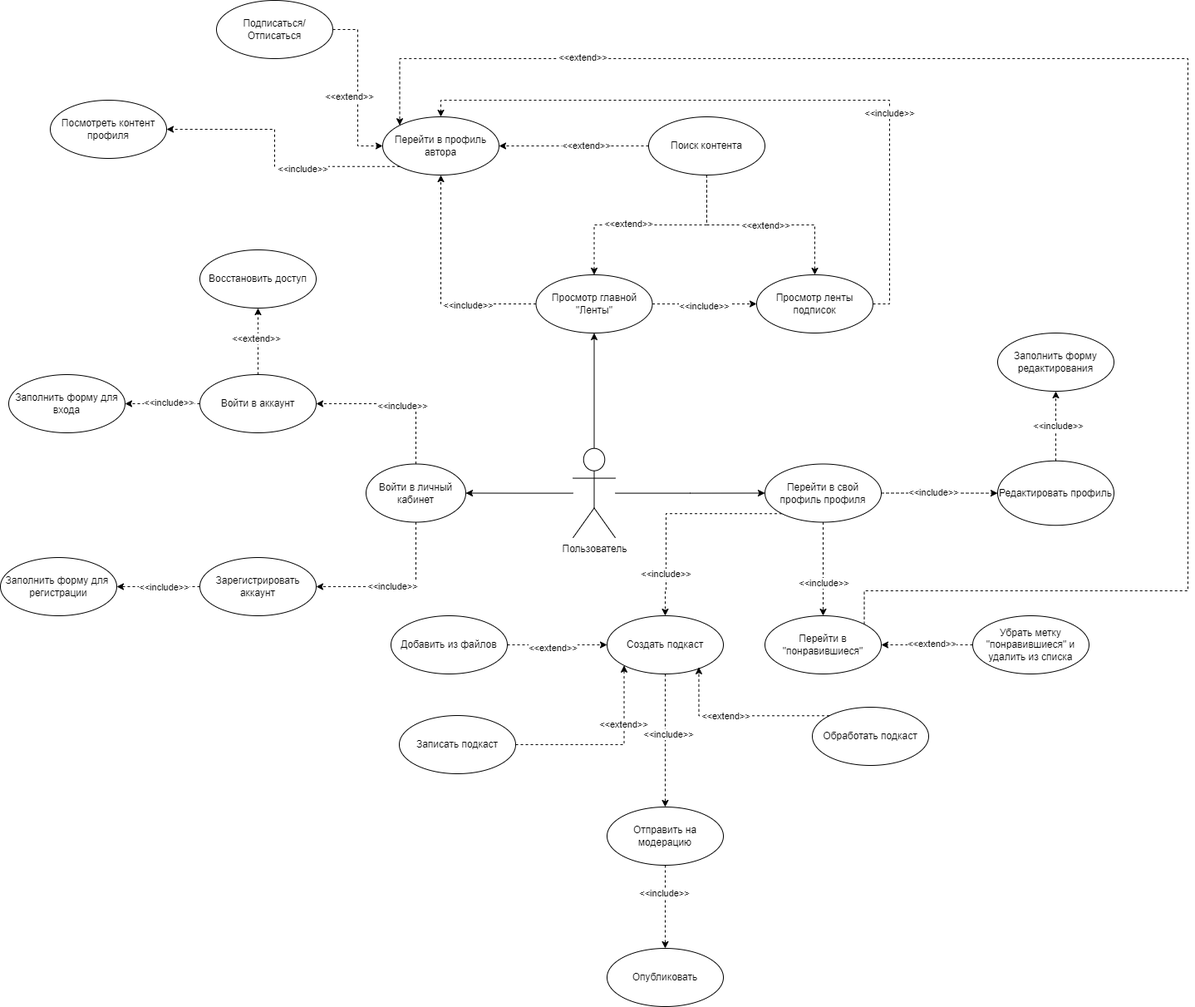
Above: diagrams/usecase_user.png in SazonovAlexander/9.1-TikTalk (draw.io), before the change. Source tidied: cells renumbered, new cells last; positions are measured from the earlier drawing's top-left corner, leaving out a move shared by most shapes.
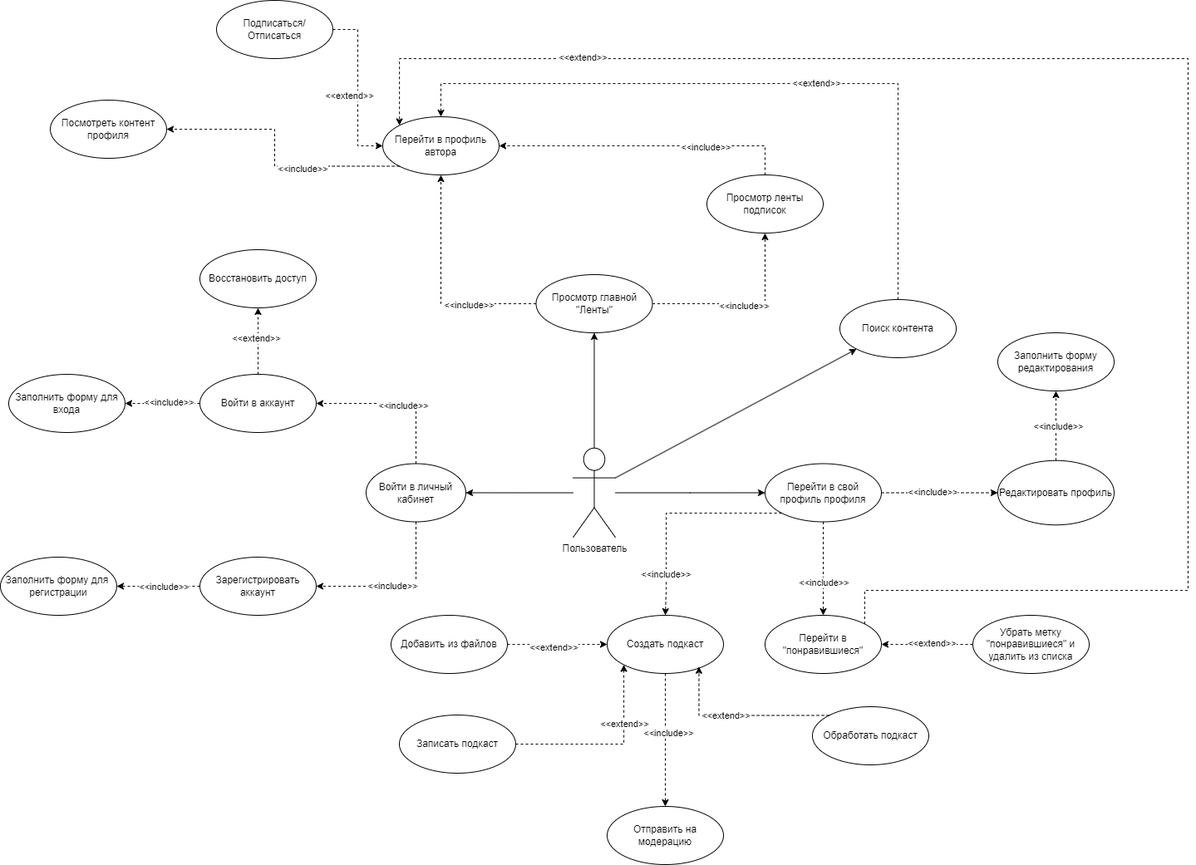
After the change.

Change to the diagram source:
```diff
@@ -104,30 +104,21 @@
       <mxGeometry x="920" y="557.5" width="140" height="70" as="geometry" />
     </mxCell>
     <mxCell id="33" value="Просмотр ленты подписок" style="ellipse;whiteSpace=wrap;html=1;" parent="1" vertex="1">
-      <mxGeometry x="910" y="330" width="140" height="70" as="geometry" />
+      <mxGeometry x="850" y="210" width="140" height="70" as="geometry" />
     </mxCell>
-    <mxCell id="34" style="edgeStyle=orthogonalEdgeStyle;rounded=0;jettySize=auto;html=1;entryX=0.5;entryY=0;entryDx=0;entryDy=0;dashed=1;" parent="1" edge="1" source="40" target="26">
-      <mxGeometry relative="1" as="geometry" />
-    </mxCell>
-    <mxCell id="35" value="&amp;lt;&amp;lt;extend&amp;gt;&amp;gt;" style="edgeLabel;html=1;align=center;verticalAlign=middle;" parent="34" vertex="1">
-      <mxGeometry x="0.21" y="-2" relative="1" as="geometry" />
-    </mxCell>
-    <mxCell id="36" style="edgeStyle=orthogonalEdgeStyle;rounded=0;jettySize=auto;html=1;entryX=0.5;entryY=0;entryDx=0;entryDy=0;dashed=1;" parent="1" edge="1" source="40" target="33">
-      <mxGeometry relative="1" as="geometry" />
-    </mxCell>
-    <mxCell id="37" value="&amp;lt;&amp;lt;extend&amp;gt;&amp;gt;" style="edgeLabel;html=1;align=center;verticalAlign=middle;" parent="36" vertex="1">
-      <mxGeometry x="0.04" y="-2" relative="1" as="geometry">
-        <mxPoint y="-2" as="offset" />
-      </mxGeometry>
-    </mxCell>
-    <mxCell id="38" style="edgeStyle=orthogonalEdgeStyle;rounded=0;jettySize=auto;html=1;entryX=1;entryY=0.5;entryDx=0;entryDy=0;dashed=1;" parent="1" edge="1" source="40" target="43">
-      <mxGeometry relative="1" as="geometry" />
+    <mxCell id="38" style="edgeStyle=orthogonalEdgeStyle;rounded=0;jettySize=auto;html=1;entryX=0.5;entryY=0;entryDx=0;entryDy=0;dashed=1;" parent="1" edge="1" source="40" target="43">
+      <mxGeometry relative="1" as="geometry">
+        <Array as="points">
+          <mxPoint x="1080" y="100" />
+          <mxPoint x="530" y="100" />
+        </Array>
+      </mxGeometry>
     </mxCell>
     <mxCell id="39" value="&amp;lt;&amp;lt;extend&amp;gt;&amp;gt;" style="edgeLabel;html=1;align=center;verticalAlign=middle;" parent="38" vertex="1">
       <mxGeometry x="-0.16" y="-1" relative="1" as="geometry" />
     </mxCell>
     <mxCell id="40" value="Поиск контента" style="ellipse;whiteSpace=wrap;html=1;" parent="1" vertex="1">
-      <mxGeometry x="780" y="140" width="140" height="70" as="geometry" />
+      <mxGeometry x="1010" y="360" width="140" height="70" as="geometry" />
     </mxCell>
     <mxCell id="41" style="edgeStyle=orthogonalEdgeStyle;rounded=0;jettySize=auto;html=1;exitX=1;exitY=0;exitDx=0;exitDy=0;entryX=0;entryY=0;entryDx=0;entryDy=0;dashed=1;" parent="1" edge="1" source="53" target="43">
       <mxGeometry relative="1" as="geometry">
@@ -156,12 +147,10 @@
     <mxCell id="46" value="Подписаться/Отписаться" style="ellipse;whiteSpace=wrap;html=1;" parent="1" vertex="1">
       <mxGeometry x="260" width="140" height="70" as="geometry" />
     </mxCell>
-    <mxCell id="47" style="edgeStyle=orthogonalEdgeStyle;rounded=0;jettySize=auto;html=1;entryX=0.5;entryY=0;entryDx=0;entryDy=0;dashed=1;exitX=1;exitY=0.5;exitDx=0;exitDy=0;" parent="1" edge="1" source="33" target="43">
+    <mxCell id="47" style="edgeStyle=orthogonalEdgeStyle;rounded=0;jettySize=auto;html=1;entryX=1;entryY=0.5;entryDx=0;entryDy=0;dashed=1;exitX=0.5;exitY=0;exitDx=0;exitDy=0;" parent="1" edge="1" source="33" target="43">
       <mxGeometry relative="1" as="geometry">
         <Array as="points">
-          <mxPoint x="1070" y="365" />
-          <mxPoint x="1070" y="120" />
-          <mxPoint x="530" y="120" />
+          <mxPoint x="920" y="175" />
         </Array>
       </mxGeometry>
     </mxCell>
@@ -235,11 +224,6 @@
         <mxPoint x="262" y="-175" as="offset" />
       </mxGeometry>
     </mxCell>
-    <mxCell id="70" style="edgeStyle=orthogonalEdgeStyle;rounded=0;jettySize=auto;html=1;dashed=1;" parent="1" edge="1" target="x">
-      <mxGeometry relative="1" as="geometry">
-        <mxPoint x="200" y="592.5" as="sourcePoint" />
-      </mxGeometry>
-    </mxCell>
     <mxCell id="71" style="edgeStyle=orthogonalEdgeStyle;rounded=0;jettySize=auto;html=1;entryX=1;entryY=0.5;entryDx=0;entryDy=0;exitX=0;exitY=1;exitDx=0;exitDy=0;dashed=1;" parent="1" edge="1" source="43" target="73">
       <mxGeometry relative="1" as="geometry" />
     </mxCell>
@@ -249,17 +233,11 @@
     <mxCell id="73" value="Посмотреть контент профиля" style="ellipse;whiteSpace=wrap;html=1;" parent="1" vertex="1">
       <mxGeometry x="60" y="120" width="140" height="70" as="geometry" />
     </mxCell>
-    <mxCell id="74" style="edgeStyle=orthogonalEdgeStyle;rounded=0;jettySize=auto;html=1;entryX=0.5;entryY=0;entryDx=0;entryDy=0;dashed=1;" parent="1" edge="1" source="76" target="77">
-      <mxGeometry relative="1" as="geometry" />
-    </mxCell>
-    <mxCell id="75" value="&amp;lt;&amp;lt;include&amp;gt;&amp;gt;" style="edgeLabel;html=1;align=center;verticalAlign=middle;" parent="74" vertex="1">
-      <mxGeometry x="-0.34" y="-2" relative="1" as="geometry" />
-    </mxCell>
     <mxCell id="76" value="Отправить на модерацию" style="ellipse;whiteSpace=wrap;html=1;" parent="1" vertex="1">
       <mxGeometry x="730" y="970" width="140" height="70" as="geometry" />
     </mxCell>
-    <mxCell id="77" value="Опубликовать" style="ellipse;whiteSpace=wrap;html=1;" parent="1" vertex="1">
-      <mxGeometry x="730" y="1140" width="140" height="70" as="geometry" />
-    </mxCell>
+    <mxCell id="78" style="rounded=0;jettySize=auto;html=1;entryX=0;entryY=1;entryDx=0;entryDy=0;exitX=1;exitY=0.3333333333333333;exitDx=0;exitDy=0;exitPerimeter=0;" parent="1" edge="1" source="5" target="40">
+      <mxGeometry relative="1" as="geometry" />
+    </mxCell>
   </root>
 </mxGraphModel>
```
